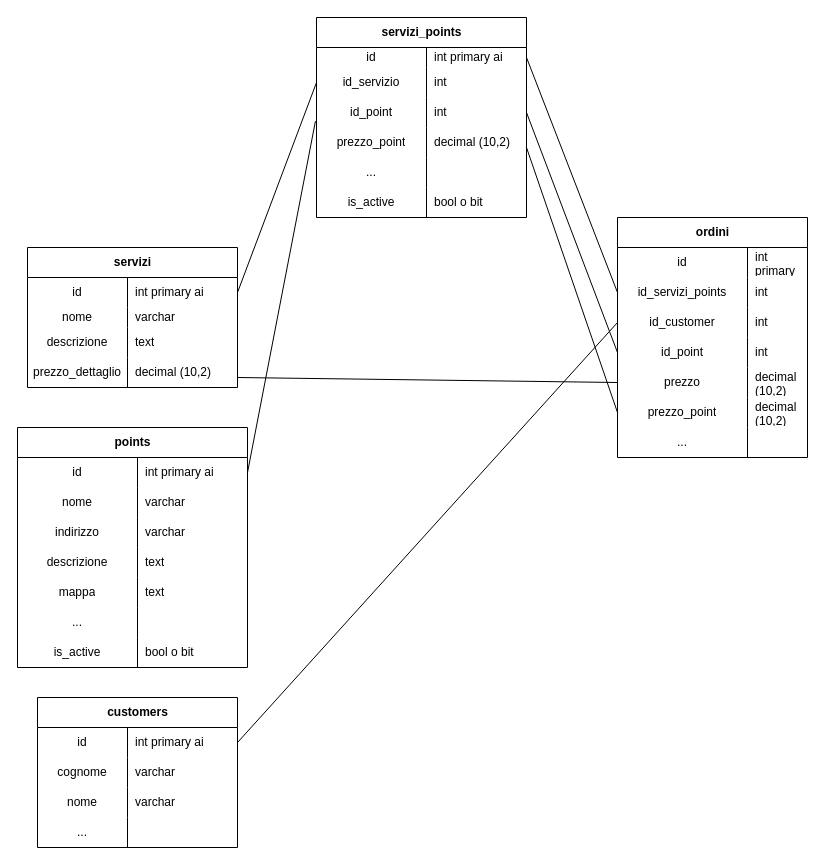
Before: Diagramma senza titolo.drawio in overflow64/test_tecnasoft, a draw.io diagram. Source tidied: cells renumbered, new cells numbered last; positions are measured from the earlier drawing's top-left corner, leaving out a move shared by most shapes. Both pictures are drawn from the tidied source at 100%, with x=0, y=0 at pixel (17, 17).
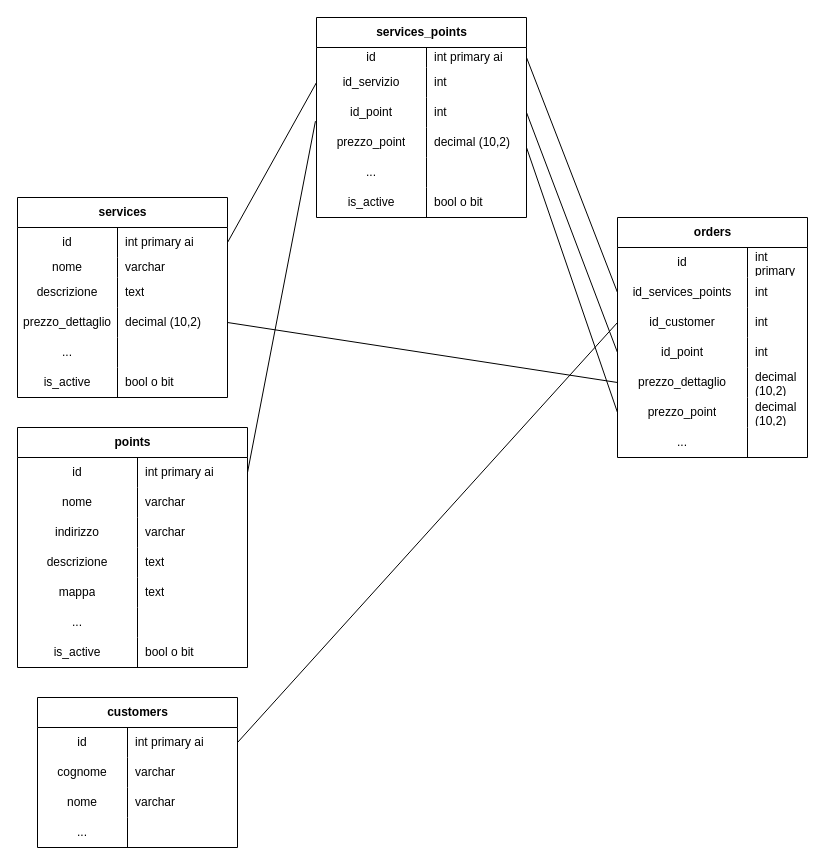
Above is the later version.

Unchanged cells that the change refers to:
```xml
<mxCell id="12" style="shape=tableRow;horizontal=0;startSize=0;swimlaneHead=0;swimlaneBody=0;fillColor=none;points=[[0,0.5],[1,0.5]];portConstraint=eastwest;top=0;left=0;right=0;bottom=0;" parent="2" vertex="1">
  <mxGeometry y="110" width="210" height="30" as="geometry" />
</mxCell>
<mxCell id="75" style="shape=tableRow;horizontal=0;startSize=0;swimlaneHead=0;swimlaneBody=0;fillColor=none;points=[[0,0.5],[1,0.5]];portConstraint=eastwest;top=0;left=0;right=0;bottom=0;" parent="71" vertex="1">
  <mxGeometry y="60" width="190" height="30" as="geometry" />
</mxCell>
<mxCell id="84" style="shape=tableRow;horizontal=0;startSize=0;swimlaneHead=0;swimlaneBody=0;fillColor=none;points=[[0,0.5],[1,0.5]];portConstraint=eastwest;top=0;left=0;right=0;bottom=0;" parent="71" vertex="1">
  <mxGeometry y="150" width="190" height="30" as="geometry" />
</mxCell>
```

What changed in the source:
```diff
@@
-    <mxCell id="2" value="servizi" style="shape=table;startSize=30;childLayout=tableLayout;rowLines=0;fontStyle=1;align=center;html=1;" parent="1" vertex="1">
-      <mxGeometry x="10" y="230" width="210" height="140" as="geometry" />
+    <mxCell id="2" value="services" style="shape=table;startSize=30;childLayout=tableLayout;rowLines=0;fontStyle=1;align=center;html=1;" parent="1" vertex="1">
+      <mxGeometry y="180" width="210" height="200" as="geometry" />
     </mxCell>
@@
+    <mxCell id="98" style="shape=tableRow;horizontal=0;startSize=0;swimlaneHead=0;swimlaneBody=0;fillColor=none;top=0;left=0;right=0;bottom=0;" parent="2" vertex="1">
+      <mxGeometry y="140" width="210" height="30" as="geometry" />
+    </mxCell>
+    <mxCell id="99" value="..." style="shape=partialRectangle;fillColor=none;top=0;left=0;bottom=0;right=0;overflow=hidden;whiteSpace=wrap;html=1;" parent="98" vertex="1">
+      <mxGeometry width="100" height="30" as="geometry" />
+    </mxCell>
+    <mxCell id="100" style="shape=partialRectangle;fillColor=none;top=0;left=0;bottom=0;right=0;align=left;spacingLeft=6;overflow=hidden;whiteSpace=wrap;html=1;" parent="98" vertex="1">
+      <mxGeometry x="100" width="110" height="30" as="geometry" />
+    </mxCell>
+    <mxCell id="101" style="shape=tableRow;horizontal=0;startSize=0;swimlaneHead=0;swimlaneBody=0;fillColor=none;top=0;left=0;right=0;bottom=0;" parent="2" vertex="1">
+      <mxGeometry y="170" width="210" height="30" as="geometry" />
+    </mxCell>
+    <mxCell id="102" value="is_active" style="shape=partialRectangle;fillColor=none;top=0;left=0;bottom=0;right=0;overflow=hidden;whiteSpace=wrap;html=1;" parent="101" vertex="1">
+      <mxGeometry width="100" height="30" as="geometry" />
+    </mxCell>
+    <mxCell id="103" value="bool o bit" style="shape=partialRectangle;fillColor=none;top=0;left=0;bottom=0;right=0;align=left;spacingLeft=6;overflow=hidden;whiteSpace=wrap;html=1;" parent="101" vertex="1">
+      <mxGeometry x="100" width="110" height="30" as="geometry" />
+    </mxCell>
@@
-    <mxCell id="37" value="servizi_points" style="shape=table;startSize=30;childLayout=tableLayout;rowLines=0;fontStyle=1;align=center;html=1;" parent="1" vertex="1">
+    <mxCell id="37" value="services_points" style="shape=table;startSize=30;childLayout=tableLayout;rowLines=0;fontStyle=1;align=center;html=1;" parent="1" vertex="1">
       <mxGeometry x="299" width="210" height="200" as="geometry" />
     </mxCell>
@@
-    <mxCell id="71" value="ordini" style="shape=table;startSize=30;childLayout=tableLayout;rowLines=0;fontStyle=1;align=center;html=1;" parent="1" vertex="1">
+    <mxCell id="71" value="orders" style="shape=table;startSize=30;childLayout=tableLayout;rowLines=0;fontStyle=1;align=center;html=1;" parent="1" vertex="1">
       <mxGeometry x="600" y="200" width="190" height="240" as="geometry" />
     </mxCell>
@@
-    <mxCell id="76" value="id_servizi_points" style="shape=partialRectangle;fillColor=none;top=0;left=0;bottom=0;right=0;overflow=hidden;whiteSpace=wrap;html=1;" parent="75" vertex="1">
+    <mxCell id="76" value="id_services_points" style="shape=partialRectangle;fillColor=none;top=0;left=0;bottom=0;right=0;overflow=hidden;whiteSpace=wrap;html=1;" parent="75" vertex="1">
       <mxGeometry width="130" height="30" as="geometry" />
     </mxCell>
@@
-    <mxCell id="85" value="prezzo" style="shape=partialRectangle;fillColor=none;top=0;left=0;bottom=0;right=0;overflow=hidden;whiteSpace=wrap;html=1;" parent="84" vertex="1">
+    <mxCell id="85" value="prezzo_dettaglio" style="shape=partialRectangle;fillColor=none;top=0;left=0;bottom=0;right=0;overflow=hidden;whiteSpace=wrap;html=1;" parent="84" vertex="1">
       <mxGeometry width="130" height="30" as="geometry" />
     </mxCell>
@@
-    <mxCell id="96" style="endArrow=none;html=1;rounded=0;entryX=0;entryY=0.5;entryDx=0;entryDy=0;" parent="1" edge="1" target="84">
-      <mxGeometry relative="1" as="geometry">
-        <mxPoint x="220" y="360" as="sourcePoint" />
-      </mxGeometry>
+    <mxCell id="96" style="endArrow=none;html=1;rounded=0;entryX=0;entryY=0.5;entryDx=0;entryDy=0;exitX=1;exitY=0.5;exitDx=0;exitDy=0;" parent="1" edge="1" source="12" target="84">
+      <mxGeometry relative="1" as="geometry" />
     </mxCell>
```
